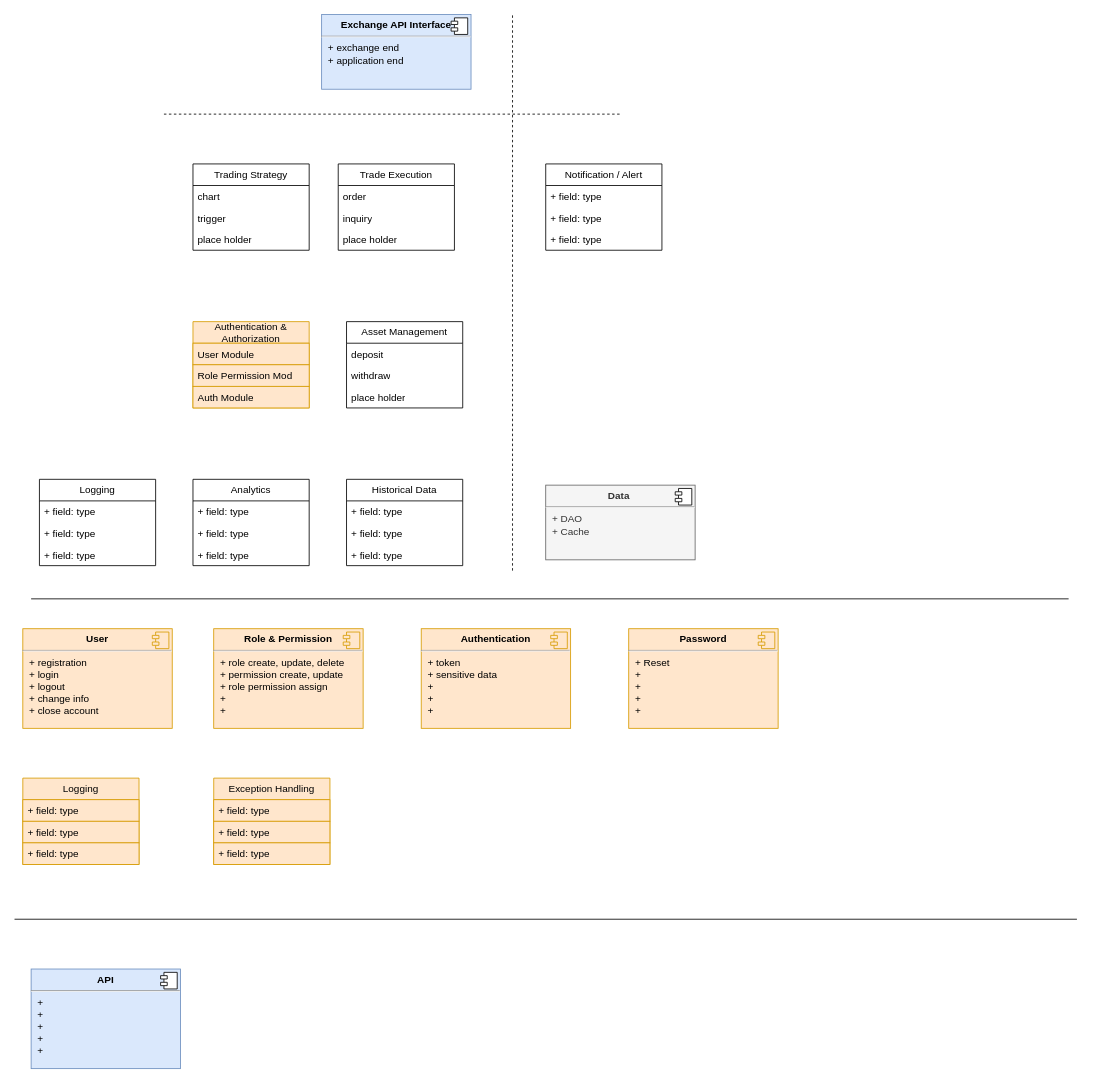
PiperZzz/JavaSpringBoot keeps this draw.io diagram as Trading.drawio. Above is the earlier version. Source tidied: cells renumbered, new cells numbered last; positions are measured from the earlier drawing's top-left corner, leaving out a move shared by most shapes. Both pictures are drawn from the tidied source at 83%, with x=0, y=0 at pixel (14, 14).
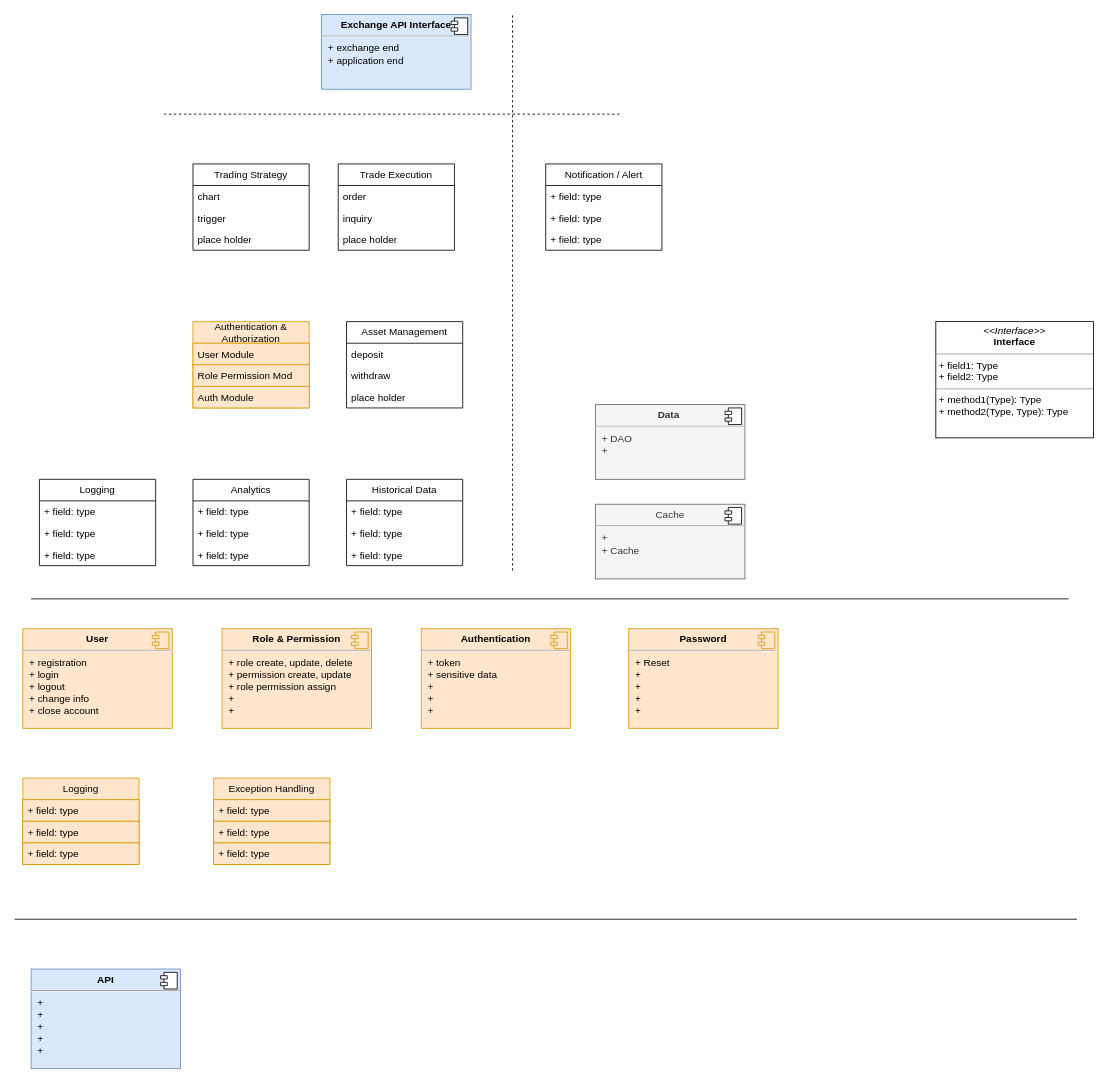
The same page after the edit.

Diff of the diagram source:
```diff
@@
     <mxCell id="38" value="&lt;p style=&quot;margin:0px;margin-top:6px;text-align:center;&quot;&gt;&lt;b&gt;Role &amp;amp; Permission&lt;/b&gt;&lt;/p&gt;&lt;hr&gt;&lt;p style=&quot;margin:0px;margin-left:8px;&quot;&gt;+ role create, update, delete&lt;br&gt;+ permission create, update&lt;/p&gt;&lt;p style=&quot;margin:0px;margin-left:8px;&quot;&gt;+ role permission assign&lt;/p&gt;&lt;p style=&quot;margin:0px;margin-left:8px;&quot;&gt;+&amp;nbsp;&lt;/p&gt;&lt;p style=&quot;margin:0px;margin-left:8px;&quot;&gt;+&amp;nbsp;&lt;/p&gt;" style="align=left;overflow=fill;html=1;whiteSpace=wrap;fillColor=#ffe6cc;strokeColor=#d79b00;" parent="1" vertex="1">
-      <mxGeometry x="240" y="740" width="180" height="120" as="geometry" />
+      <mxGeometry x="250" y="740" width="180" height="120" as="geometry" />
     </mxCell>
@@
-    <mxCell id="57" value="&lt;p style=&quot;margin:0px;margin-top:6px;text-align:center;&quot;&gt;&lt;b&gt;Data&amp;nbsp;&lt;/b&gt;&lt;/p&gt;&lt;hr&gt;&lt;p style=&quot;margin:0px;margin-left:8px;&quot;&gt;+ DAO&lt;br&gt;+ Cache&lt;/p&gt;" style="align=left;overflow=fill;html=1;whiteSpace=wrap;fillColor=#f5f5f5;strokeColor=#666666;fontColor=#333333;" parent="1" vertex="1">
-      <mxGeometry x="640" y="567" width="180" height="90" as="geometry" />
+    <mxCell id="57" value="&lt;p style=&quot;margin:0px;margin-top:6px;text-align:center;&quot;&gt;&lt;b&gt;Data&amp;nbsp;&lt;/b&gt;&lt;/p&gt;&lt;hr&gt;&lt;p style=&quot;margin:0px;margin-left:8px;&quot;&gt;+ DAO&lt;br&gt;+&amp;nbsp;&lt;/p&gt;" style="align=left;overflow=fill;html=1;whiteSpace=wrap;fillColor=#f5f5f5;strokeColor=#666666;fontColor=#333333;" parent="1" vertex="1">
+      <mxGeometry x="700" y="470" width="180" height="90" as="geometry" />
     </mxCell>
@@
+    <mxCell id="61" value="&lt;p style=&quot;margin:0px;margin-top:6px;text-align:center;&quot;&gt;Cache&lt;/p&gt;&lt;hr&gt;&lt;p style=&quot;margin:0px;margin-left:8px;&quot;&gt;+&amp;nbsp;&lt;br&gt;+ Cache&lt;/p&gt;" style="align=left;overflow=fill;html=1;whiteSpace=wrap;fillColor=#f5f5f5;strokeColor=#666666;fontColor=#333333;" parent="1" vertex="1">
+      <mxGeometry x="700" y="590" width="180" height="90" as="geometry" />
+    </mxCell>
+    <mxCell id="62" style="shape=component;jettyWidth=8;jettyHeight=4;" parent="61" vertex="1">
+      <mxGeometry x="1" width="20" height="20" relative="1" as="geometry">
+        <mxPoint x="-24" y="4" as="offset" />
+      </mxGeometry>
+    </mxCell>
+    <mxCell id="63" value="&lt;p style=&quot;margin:0px;margin-top:4px;text-align:center;&quot;&gt;&lt;i&gt;&amp;lt;&amp;lt;Interface&amp;gt;&amp;gt;&lt;/i&gt;&lt;br/&gt;&lt;b&gt;Interface&lt;/b&gt;&lt;/p&gt;&lt;hr size=&quot;1&quot;/&gt;&lt;p style=&quot;margin:0px;margin-left:4px;&quot;&gt;+ field1: Type&lt;br/&gt;+ field2: Type&lt;/p&gt;&lt;hr size=&quot;1&quot;/&gt;&lt;p style=&quot;margin:0px;margin-left:4px;&quot;&gt;+ method1(Type): Type&lt;br/&gt;+ method2(Type, Type): Type&lt;/p&gt;" style="verticalAlign=top;align=left;overflow=fill;fontSize=12;fontFamily=Helvetica;html=1;whiteSpace=wrap;" parent="1" vertex="1">
+      <mxGeometry x="1110" y="370" width="190" height="140" as="geometry" />
+    </mxCell>
```
